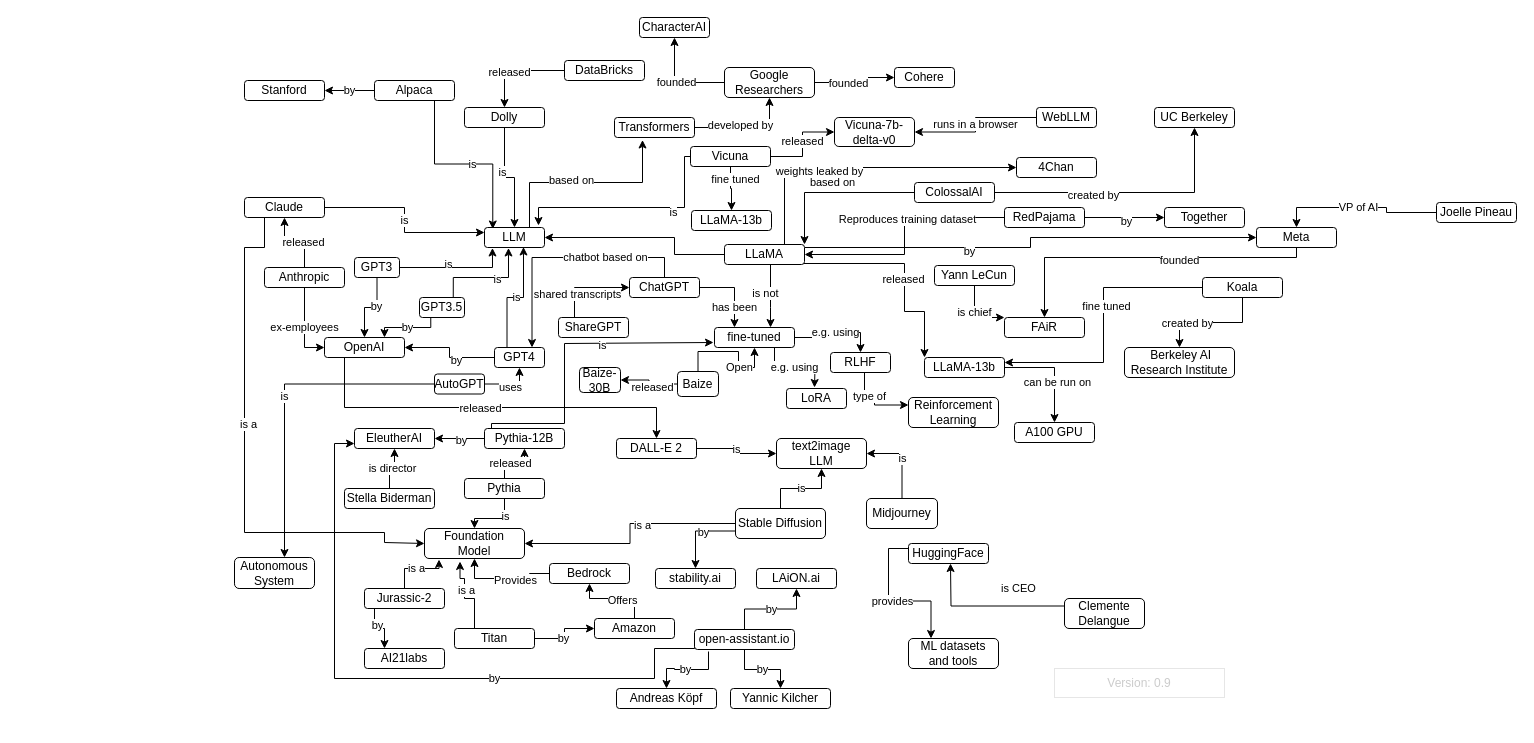
Above: generativeAI.drawio in juananpe/generativeAI (draw.io), before the change. Source tidied: cells renumbered, new cells numbered last; positions are measured from the earlier drawing's top-left corner, leaving out a move shared by most shapes. Both pictures are drawn from the tidied source at 100%, with x=0, y=0 at pixel (234, 17).
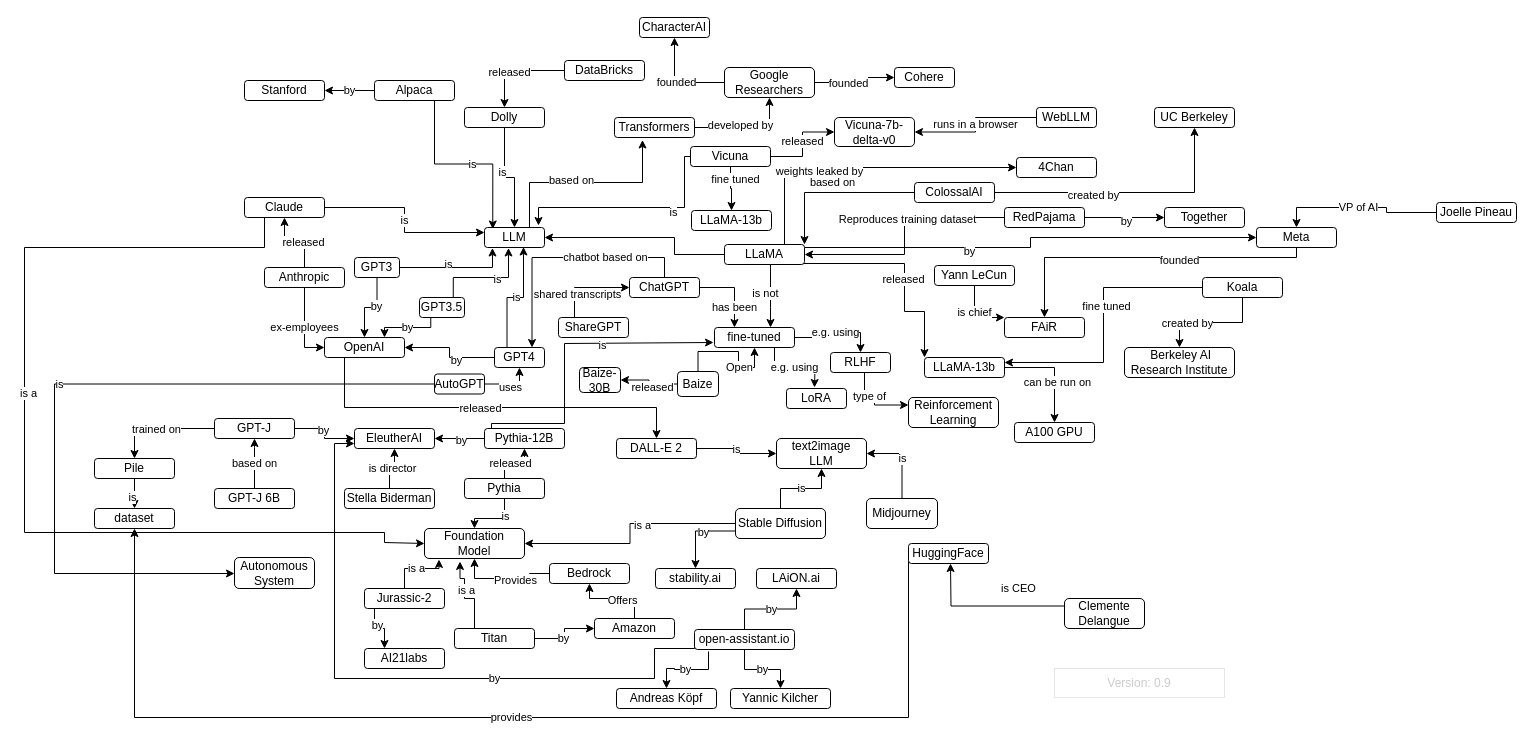
After the change.

Commit message:
Add GPT-J, Pile

The change refers to these unchanged cells:
```xml
<mxCell id="23" value="EleutherAI" style="rounded=1;whiteSpace=wrap;html=1;" parent="1" vertex="1">
  <mxGeometry x="120" y="411" width="80" height="20" as="geometry" />
</mxCell>
<mxCell id="92" value="HuggingFace" style="rounded=1;whiteSpace=wrap;html=1;" parent="1" vertex="1">
  <mxGeometry x="674" y="526" width="80" height="20" as="geometry" />
</mxCell>
<mxCell id="106" value="Claude" style="rounded=1;whiteSpace=wrap;html=1;" parent="1" vertex="1">
  <mxGeometry x="10" y="180" width="80" height="20" as="geometry" />
</mxCell>
<mxCell id="129" value="Foundation&lt;br&gt;Model" style="rounded=1;whiteSpace=wrap;html=1;" parent="1" vertex="1">
  <mxGeometry x="190" y="511" width="100" height="30" as="geometry" />
</mxCell>
<mxCell id="172" value="AutoGPT" style="rounded=1;whiteSpace=wrap;html=1;" parent="1" vertex="1">
  <mxGeometry x="200" y="356.5" width="50" height="20" as="geometry" />
</mxCell>
<mxCell id="174" value="Autonomous&lt;br&gt;System" style="rounded=1;whiteSpace=wrap;html=1;" parent="1" vertex="1">
  <mxGeometry y="540" width="80" height="31" as="geometry" />
</mxCell>
```

What changed in the source:
```diff
@@
-    <mxCell id="91" value="provides" style="edgeStyle=orthogonalEdgeStyle;rounded=0;jettySize=auto;html=1;exitX=0;exitY=0.25;exitDx=0;exitDy=0;entryX=0.25;entryY=0;entryDx=0;entryDy=0;" parent="1" edge="1" source="92" target="98">
-      <mxGeometry relative="1" as="geometry" />
+    <mxCell id="91" value="provides" style="edgeStyle=orthogonalEdgeStyle;rounded=0;jettySize=auto;html=1;exitX=0;exitY=0.25;exitDx=0;exitDy=0;entryX=0.5;entryY=1;entryDx=0;entryDy=0;" parent="1" edge="1" source="92" target="192">
+      <mxGeometry relative="1" as="geometry">
+        <Array as="points">
+          <mxPoint x="674" y="700" />
+          <mxPoint x="-100" y="700" />
+        </Array>
+      </mxGeometry>
     </mxCell>
@@
-    <mxCell id="98" value="ML datasets and tools" style="rounded=1;whiteSpace=wrap;html=1;" parent="1" vertex="1">
-      <mxGeometry x="674" y="621" width="90" height="30" as="geometry" />
-    </mxCell>
@@
     <mxCell id="104" style="edgeStyle=orthogonalEdgeStyle;rounded=0;jettySize=auto;html=1;exitX=0.25;exitY=1;exitDx=0;exitDy=0;entryX=0;entryY=0.5;entryDx=0;entryDy=0;" parent="1" edge="1" source="106" target="129">
       <mxGeometry relative="1" as="geometry">
         <Array as="points">
           <mxPoint x="30" y="230" />
-          <mxPoint x="10" y="230" />
-          <mxPoint x="10" y="515" />
+          <mxPoint x="-210" y="230" />
+          <mxPoint x="-210" y="515" />
           <mxPoint x="150" y="515" />
           <mxPoint x="150" y="525" />
         </Array>
       </mxGeometry>
     </mxCell>
@@
     <mxCell id="173" value="is" style="edgeStyle=orthogonalEdgeStyle;rounded=0;jettySize=auto;html=1;exitX=0;exitY=0.5;exitDx=0;exitDy=0;" parent="1" edge="1" source="172" target="174">
       <mxGeometry relative="1" as="geometry">
         <Array as="points">
-          <mxPoint x="50" y="367" />
+          <mxPoint x="-180" y="367" />
+          <mxPoint x="-180" y="556" />
         </Array>
       </mxGeometry>
     </mxCell>
@@
+    <mxCell id="182" style="edgeStyle=orthogonalEdgeStyle;rounded=0;jettySize=auto;html=1;" parent="1" edge="1" source="186" target="23">
+      <mxGeometry relative="1" as="geometry" />
+    </mxCell>
+    <mxCell id="183" value="by" style="edgeLabel;html=1;align=center;verticalAlign=middle;" parent="182" vertex="1">
+      <mxGeometry x="-0.2" y="-1" relative="1" as="geometry" />
+    </mxCell>
+    <mxCell id="184" style="edgeStyle=orthogonalEdgeStyle;rounded=0;jettySize=auto;html=1;" parent="1" edge="1" source="186" target="191">
+      <mxGeometry relative="1" as="geometry" />
+    </mxCell>
+    <mxCell id="185" value="trained on" style="edgeLabel;html=1;align=center;verticalAlign=middle;" parent="184" vertex="1">
+      <mxGeometry x="0.08" relative="1" as="geometry" />
+    </mxCell>
+    <mxCell id="186" value="GPT-J" style="rounded=1;whiteSpace=wrap;html=1;" parent="1" vertex="1">
+      <mxGeometry x="-20" y="401" width="80" height="20" as="geometry" />
+    </mxCell>
+    <mxCell id="187" value="based on" style="edgeStyle=orthogonalEdgeStyle;rounded=0;jettySize=auto;html=1;" parent="1" edge="1" source="188" target="186">
+      <mxGeometry relative="1" as="geometry">
+        <Array as="points">
+          <mxPoint x="20" y="430" />
+          <mxPoint x="20" y="430" />
+        </Array>
+      </mxGeometry>
+    </mxCell>
+    <mxCell id="188" value="GPT-J 6B" style="rounded=1;whiteSpace=wrap;html=1;" parent="1" vertex="1">
+      <mxGeometry x="-20" y="471" width="80" height="20" as="geometry" />
+    </mxCell>
+    <mxCell id="189" style="edgeStyle=orthogonalEdgeStyle;rounded=0;jettySize=auto;html=1;entryX=0.5;entryY=0;entryDx=0;entryDy=0;" parent="1" edge="1" source="191" target="192">
+      <mxGeometry relative="1" as="geometry" />
+    </mxCell>
+    <mxCell id="190" value="is" style="edgeLabel;html=1;align=center;verticalAlign=middle;" parent="189" vertex="1">
+      <mxGeometry x="0.5" y="-3" relative="1" as="geometry" />
+    </mxCell>
+    <mxCell id="191" value="Pile" style="rounded=1;whiteSpace=wrap;html=1;" parent="1" vertex="1">
+      <mxGeometry x="-140" y="441" width="80" height="20" as="geometry" />
+    </mxCell>
+    <mxCell id="192" value="dataset" style="rounded=1;whiteSpace=wrap;html=1;" parent="1" vertex="1">
+      <mxGeometry x="-140" y="491" width="80" height="20" as="geometry" />
+    </mxCell>
```
